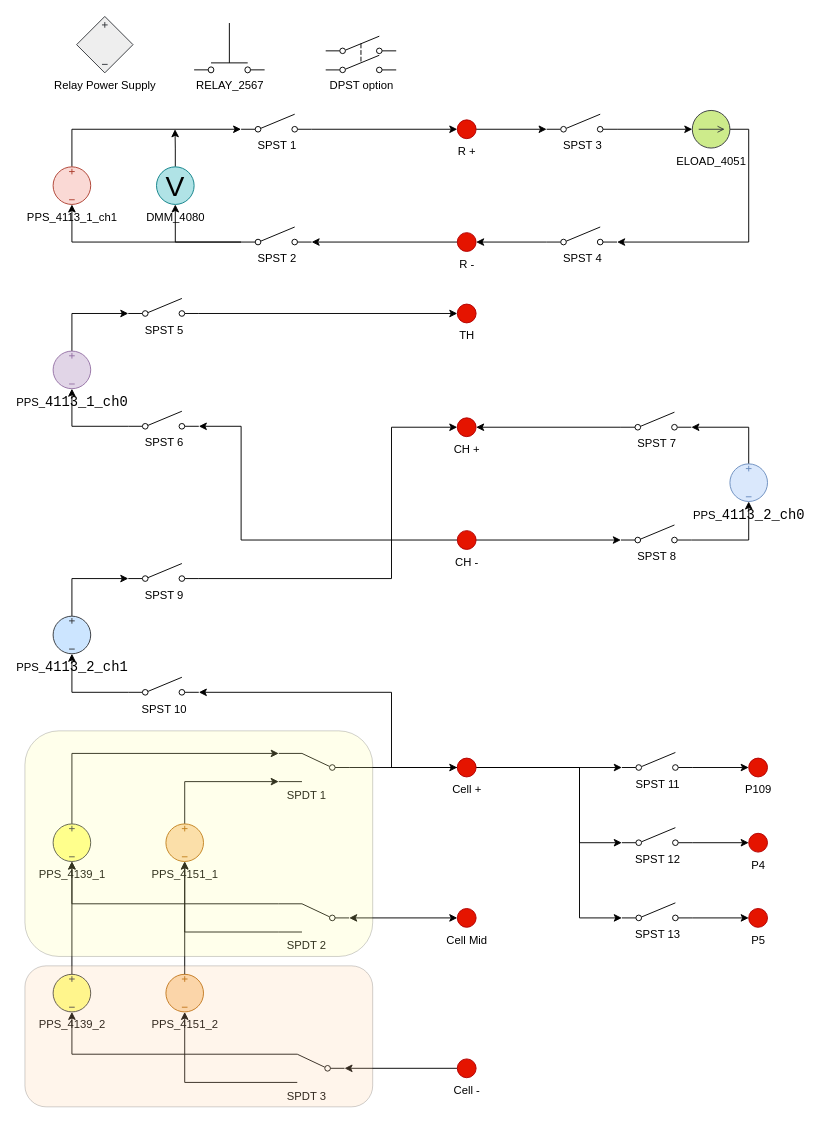
The draw.io diagram BMS.drawio in ktlim-xy/draw-io, before the edit. Source tidied: cells renumbered, new cells numbered last; positions are measured from the earlier drawing's top-left corner, leaving out a move shared by most shapes. Both pictures are drawn from the tidied source at 94%, with x=0, y=0 at pixel (24, 16).
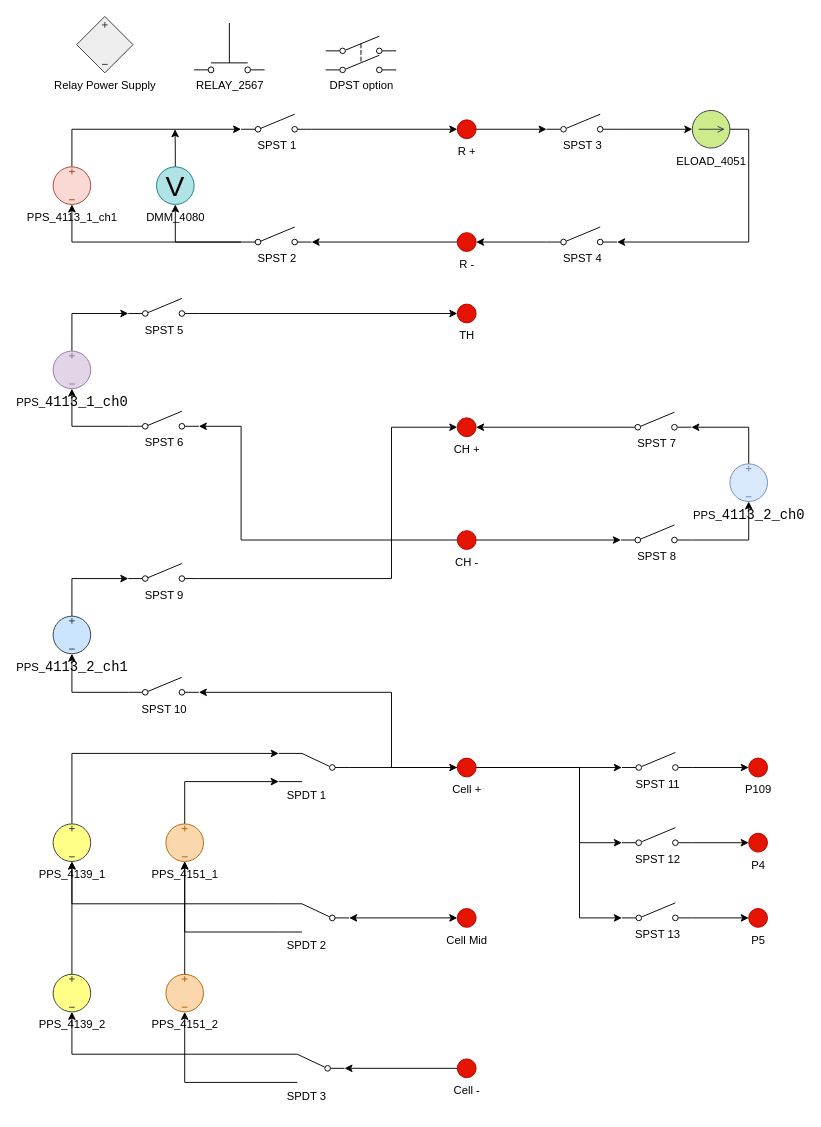
The same page after the edit.

Diff of the diagram source:
```diff
@@
-    <mxCell id="85" style="rounded=1;whiteSpace=wrap;html=1;fillColor=#FFFF99;gradientColor=none;fillStyle=auto;gradientDirection=radial;opacity=20;" parent="1" vertex="1">
-      <mxGeometry y="760" width="370" height="240" as="geometry" />
-    </mxCell>
-    <mxCell id="86" style="rounded=1;whiteSpace=wrap;html=1;fillColor=#FFCC99;gradientColor=none;fillStyle=auto;gradientDirection=radial;opacity=20;" parent="1" vertex="1">
-      <mxGeometry y="1010" width="370" height="150" as="geometry" />
-    </mxCell>
```
